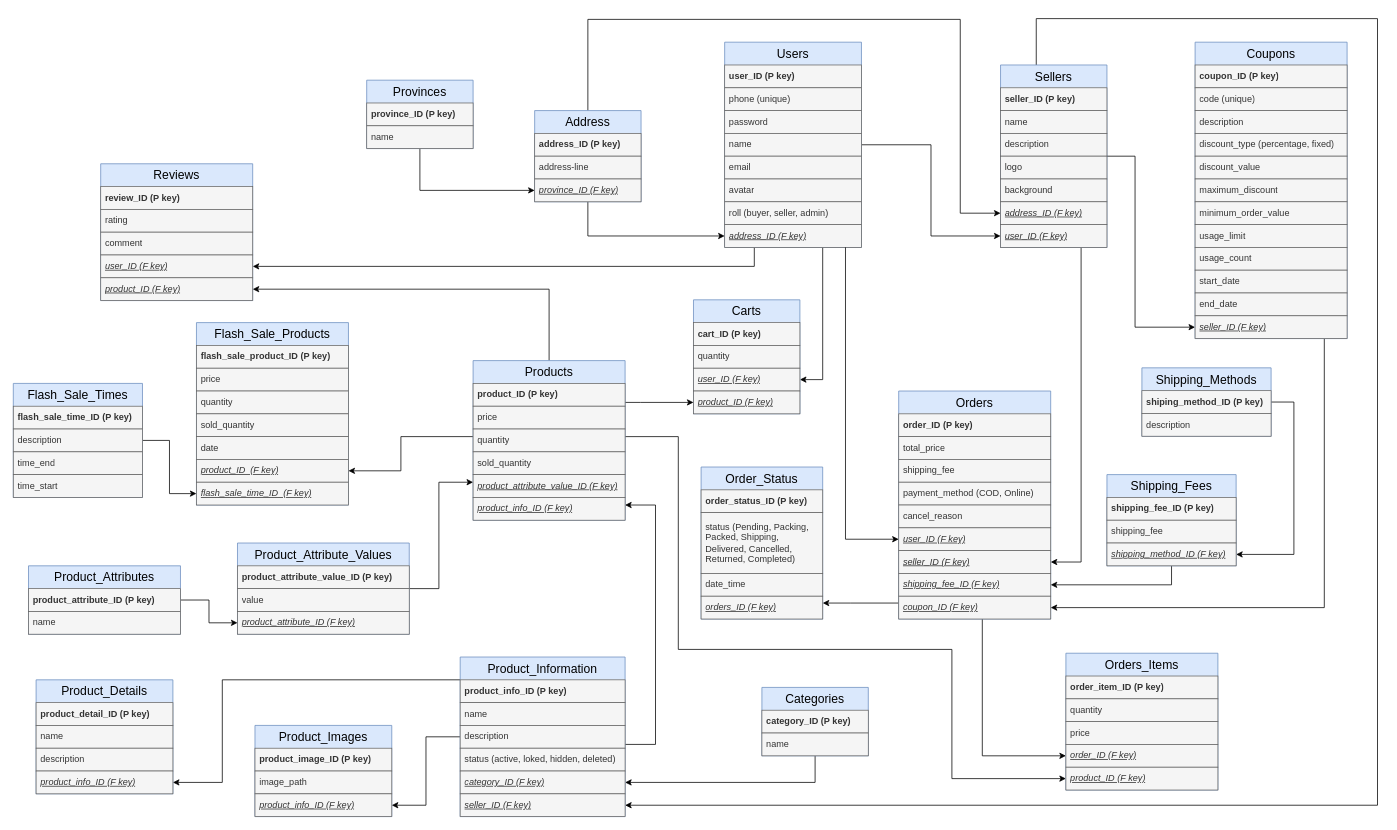
thanhba0505/shoplands keeps this draw.io diagram as document/database.drawio. Above is the earlier version. Source tidied: cells renumbered, new cells numbered last; positions are measured from the earlier drawing's top-left corner, leaving out a move shared by most shapes. Both pictures are drawn from the tidied source at 76%, with x=0, y=0 at pixel (13, 18).
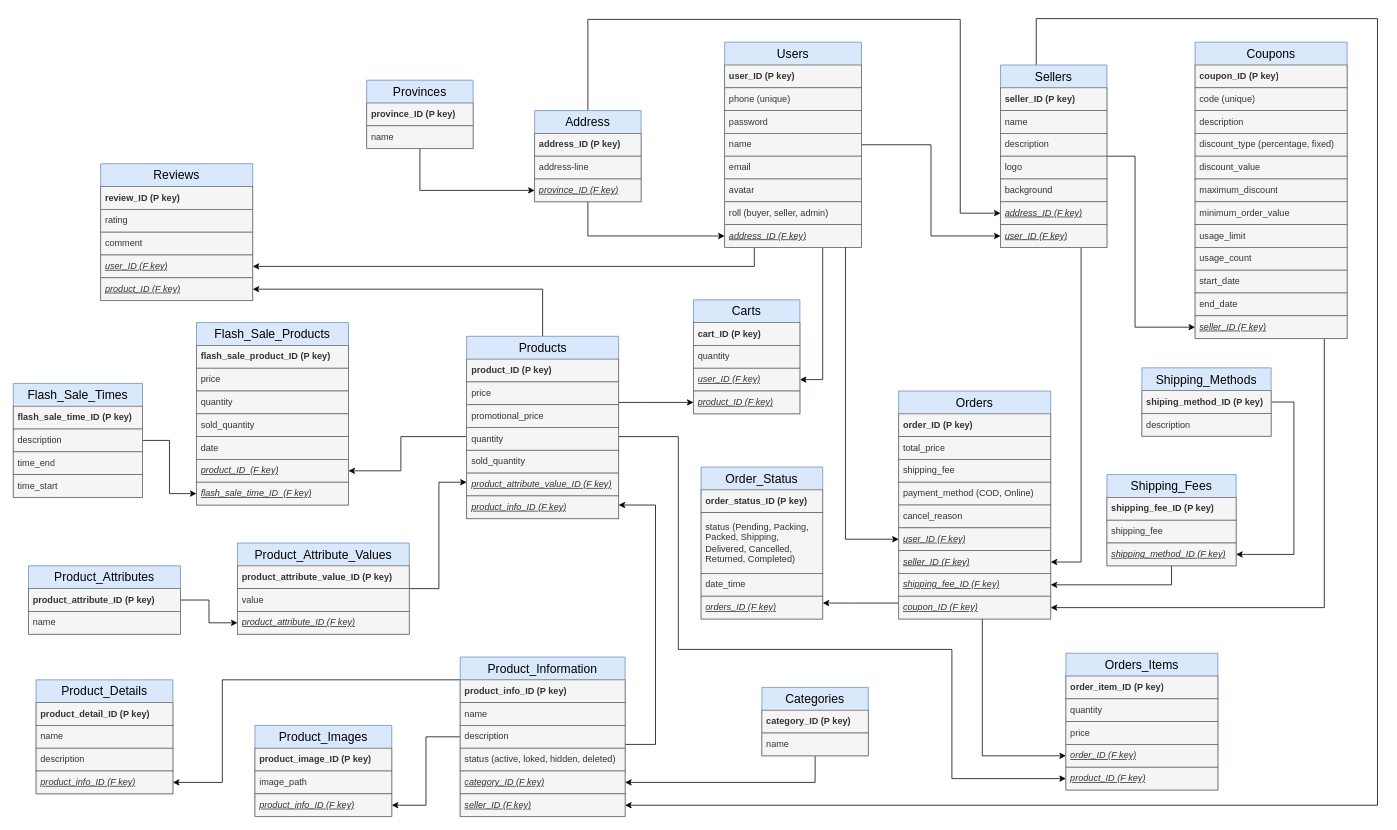
Above is the later version.

The edit, as a diff of the source:
```diff
@@
     <mxCell id="43" value="Products" style="swimlane;fontStyle=0;horizontal=1;startSize=30;whiteSpace=wrap;html=1;fillColor=#dae8fc;strokeColor=#6c8ebf;fontSize=16;swimlaneLine=0;" parent="1" vertex="1">
-      <mxGeometry x="605" y="450" width="200" height="210" as="geometry" />
+      <mxGeometry x="596.5" y="418" width="200" height="240" as="geometry" />
     </mxCell>
@@
+    <mxCell id="150" value="promotional_price" style="text;strokeColor=#666666;fillColor=#f5f5f5;align=left;verticalAlign=middle;spacingLeft=4;spacingRight=4;overflow=hidden;whiteSpace=wrap;html=1;fontColor=#333333;swimlaneLine=0;" parent="43" vertex="1">
+      <mxGeometry y="90" width="200" height="30" as="geometry" />
+    </mxCell>
     <mxCell id="46" value="quantity" style="text;strokeColor=#666666;fillColor=#f5f5f5;align=left;verticalAlign=middle;spacingLeft=4;spacingRight=4;overflow=hidden;whiteSpace=wrap;html=1;fontColor=#333333;swimlaneLine=0;" parent="43" vertex="1">
-      <mxGeometry y="90" width="200" height="30" as="geometry" />
+      <mxGeometry y="120" width="200" height="30" as="geometry" />
     </mxCell>
     <mxCell id="47" value="sold_quantity" style="text;strokeColor=#666666;fillColor=#f5f5f5;align=left;verticalAlign=middle;spacingLeft=4;spacingRight=4;overflow=hidden;whiteSpace=wrap;html=1;fontColor=#333333;swimlaneLine=0;" parent="43" vertex="1">
-      <mxGeometry y="120" width="200" height="30" as="geometry" />
+      <mxGeometry y="150" width="200" height="30" as="geometry" />
     </mxCell>
     <mxCell id="48" value="&lt;span style=&quot;&quot;&gt;product_attribute_value_ID&amp;nbsp;&lt;/span&gt;(F key)" style="text;strokeColor=#666666;fillColor=#f5f5f5;align=left;verticalAlign=middle;spacingLeft=4;spacingRight=4;overflow=hidden;points=[[0,0.5],[1,0.5]];portConstraint=eastwest;whiteSpace=wrap;html=1;fontColor=#333333;fontStyle=6;swimlaneLine=0;" parent="43" vertex="1">
-      <mxGeometry y="150" width="200" height="30" as="geometry" />
+      <mxGeometry y="180" width="200" height="30" as="geometry" />
     </mxCell>
     <mxCell id="49" value="&lt;span style=&quot;&quot;&gt;product_info_ID&amp;nbsp;&lt;/span&gt;(F key)" style="text;strokeColor=#666666;fillColor=#f5f5f5;align=left;verticalAlign=middle;spacingLeft=4;spacingRight=4;overflow=hidden;points=[[0,0.5],[1,0.5]];portConstraint=eastwest;whiteSpace=wrap;html=1;fontColor=#333333;fontStyle=6;swimlaneLine=0;" parent="43" vertex="1">
-      <mxGeometry y="180" width="200" height="30" as="geometry" />
+      <mxGeometry y="210" width="200" height="30" as="geometry" />
     </mxCell>
```
